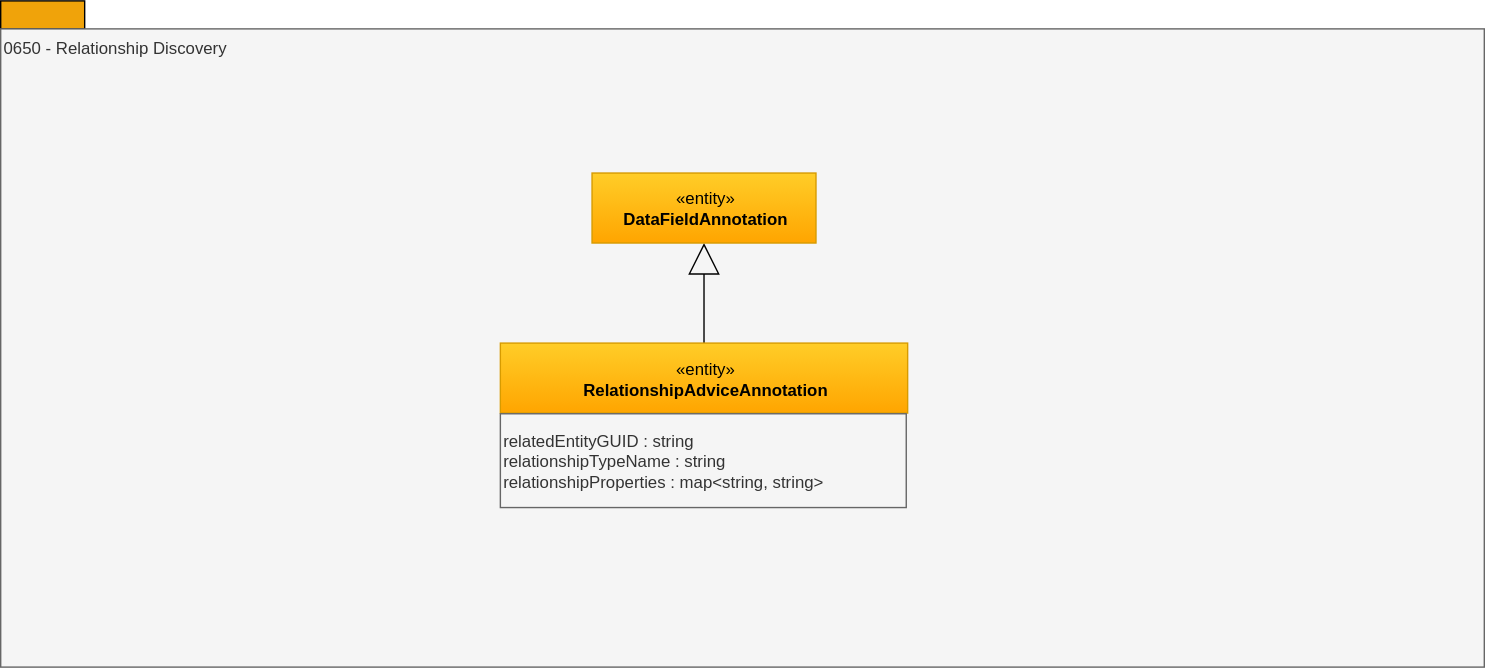
Before: site/docs/types/6/0650-Relationship-Discovery.svg, a diagram exported from draw.io (odpi/egeria-docs). Source tidied: cells renumbered, new cells last; positions are measured from the earlier drawing's top-left corner, leaving out a move shared by most shapes.
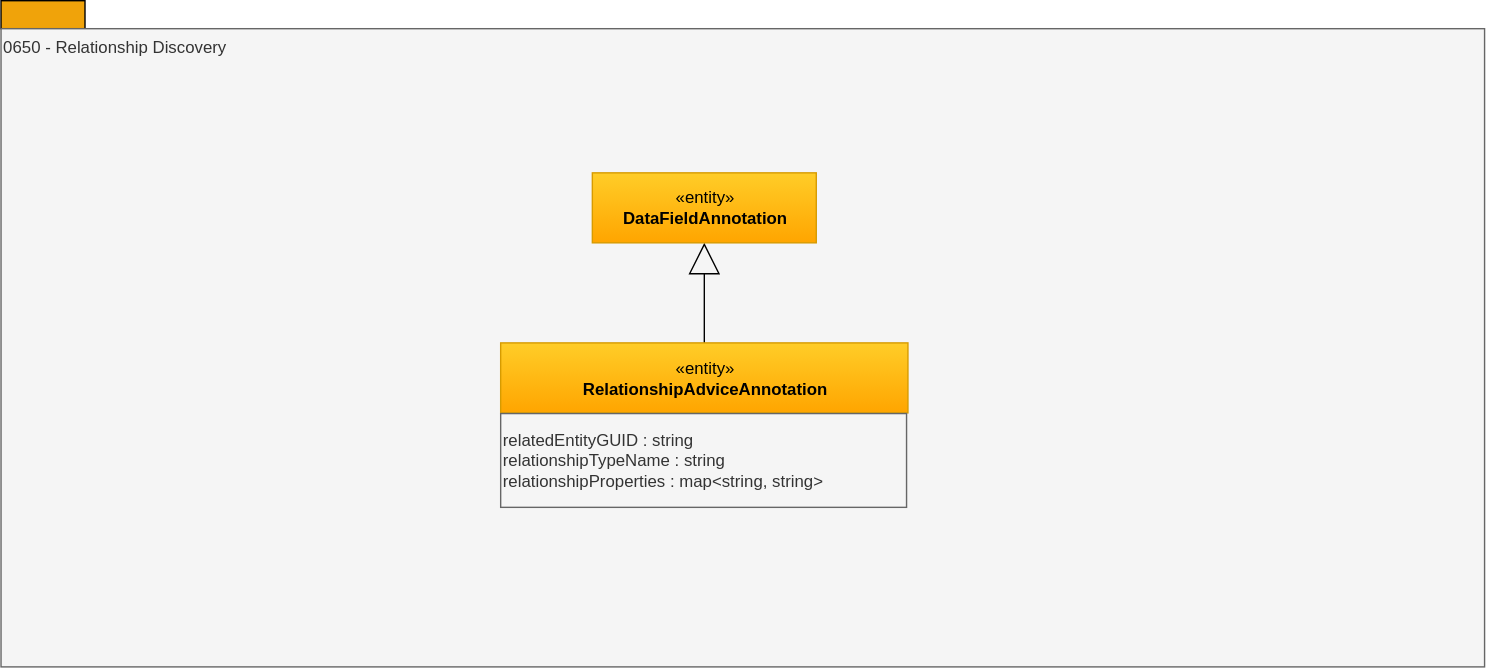
Above is the later version.

What changed in the source:
```diff
@@ -1,23 +1,23 @@
 <mxGraphModel>
   <root>
-    <mxCell id="0" />
-    <mxCell id="1" parent="0" />
+    <mxCell id="8" />
+    <mxCell id="9" parent="8" />
-    <mxCell id="2" style="rounded=0;whiteSpace=wrap;html=1;align=left;fillColor=#f0a30a;strokeColor=#000000;fontColor=#ffffff;" parent="1" vertex="1">
+    <mxCell id="2" style="rounded=0;whiteSpace=wrap;html=1;align=left;fillColor=#f0a30a;strokeColor=#000000;fontColor=#ffffff;" parent="9" vertex="1">
       <mxGeometry width="60" height="20" as="geometry" />
     </mxCell>
-    <mxCell id="3" value="0650 - Relationship Discovery" style="rounded=0;whiteSpace=wrap;html=1;align=left;verticalAlign=top;fillColor=#f5f5f5;fontColor=#333333;strokeColor=#666666;" parent="1" vertex="1">
+    <mxCell id="3" value="0650 - Relationship Discovery" style="rounded=0;whiteSpace=wrap;html=1;align=left;verticalAlign=top;fillColor=#f5f5f5;fontColor=#333333;strokeColor=#666666;" parent="9" vertex="1">
       <mxGeometry y="20" width="1060" height="456" as="geometry" />
     </mxCell>
-    <mxCell id="4" style="edgeStyle=orthogonalEdgeStyle;rounded=0;jettySize=auto;html=1;exitX=0.5;exitY=0;exitDx=0;exitDy=0;entryX=0.5;entryY=1;entryDx=0;entryDy=0;endArrow=block;endFill=0;endSize=20;" parent="1" edge="1" source="5" target="7">
+    <mxCell id="4" style="edgeStyle=orthogonalEdgeStyle;rounded=0;jettySize=auto;html=1;exitX=0.5;exitY=0;exitDx=0;exitDy=0;entryX=0.5;entryY=1;entryDx=0;entryDy=0;endArrow=block;endFill=0;endSize=20;" parent="9" edge="1" source="5" target="7">
       <mxGeometry relative="1" as="geometry" />
     </mxCell>
-    <mxCell id="5" value="«entity»&lt;br&gt;&lt;b&gt;RelationshipAdviceAnnotation&lt;/b&gt;" style="html=1;strokeColor=#d79b00;align=center;fillColor=#ffcd28;gradientColor=#ffa500;" parent="1" vertex="1">
+    <mxCell id="5" value="«entity»&lt;br&gt;&lt;b&gt;RelationshipAdviceAnnotation&lt;/b&gt;" style="html=1;strokeColor=#d79b00;align=center;fillColor=#ffcd28;gradientColor=#ffa500;" parent="9" vertex="1">
       <mxGeometry x="357" y="244.5" width="291" height="50" as="geometry" />
     </mxCell>
-    <mxCell id="6" value="relatedEntityGUID : string&lt;br&gt;relationshipTypeName : string&lt;br&gt;relationshipProperties : map&amp;lt;string, string&amp;gt;" style="rounded=0;whiteSpace=wrap;html=1;strokeColor=#666666;align=left;fillColor=#f5f5f5;fontColor=#333333;" parent="1" vertex="1">
+    <mxCell id="6" value="relatedEntityGUID : string&lt;br&gt;relationshipTypeName : string&lt;br&gt;relationshipProperties : map&amp;lt;string, string&amp;gt;" style="rounded=0;whiteSpace=wrap;html=1;strokeColor=#666666;align=left;fillColor=#f5f5f5;fontColor=#333333;" parent="9" vertex="1">
       <mxGeometry x="357" y="295" width="290" height="67" as="geometry" />
     </mxCell>
-    <mxCell id="7" value="«entity»&lt;br&gt;&lt;b&gt;DataFieldAnnotation&lt;/b&gt;&lt;br&gt;" style="html=1;strokeColor=#d79b00;align=center;fillColor=#ffcd28;gradientColor=#ffa500;" parent="1" vertex="1">
+    <mxCell id="7" value="«entity»&lt;br&gt;&lt;b&gt;DataFieldAnnotation&lt;/b&gt;&lt;br&gt;" style="html=1;strokeColor=#d79b00;align=center;fillColor=#ffcd28;gradientColor=#ffa500;" parent="9" vertex="1">
       <mxGeometry x="422.5" y="123" width="160" height="50" as="geometry" />
     </mxCell>
   </root>
```
